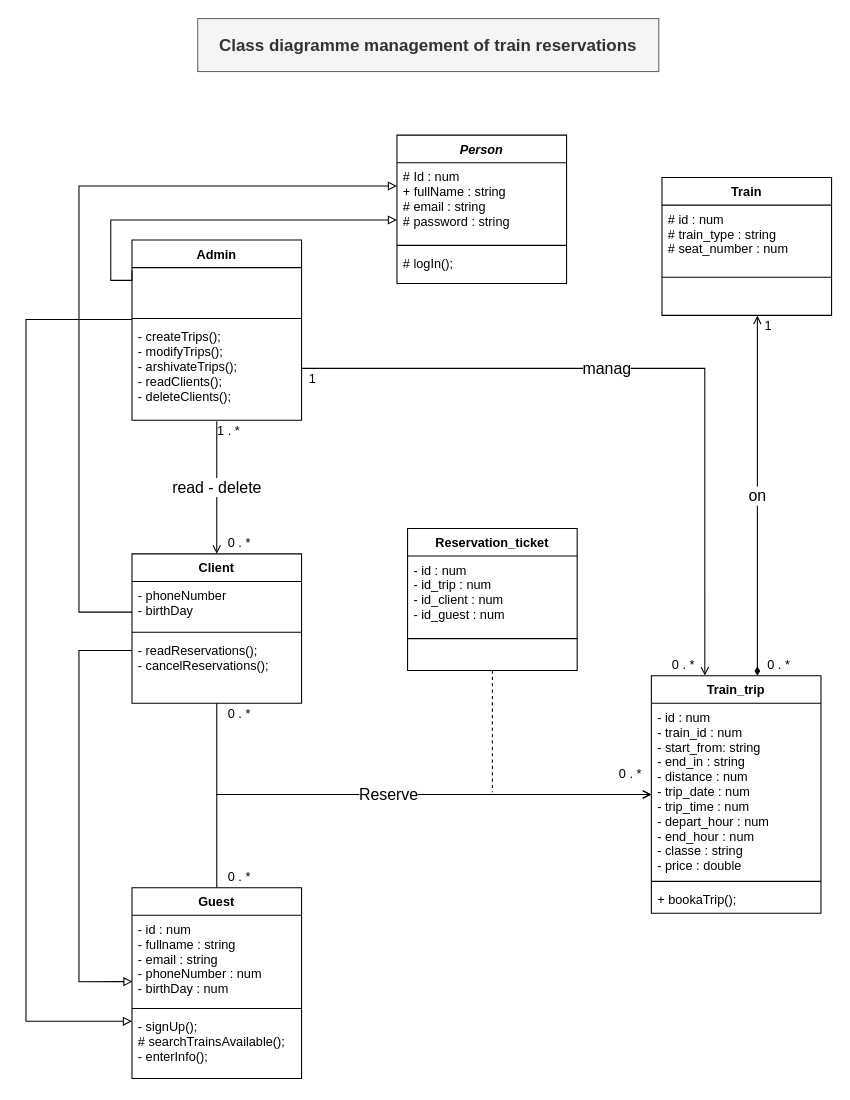
daalimouhcine/save_train keeps this draw.io diagram as UML/diagram-class.drawio. Above is the earlier version. Source tidied: cells renumbered, new cells numbered last; positions are measured from the earlier drawing's top-left corner, leaving out a move shared by most shapes. Both pictures are drawn from the tidied source at 106%, with x=0, y=0 at pixel (25, 18).
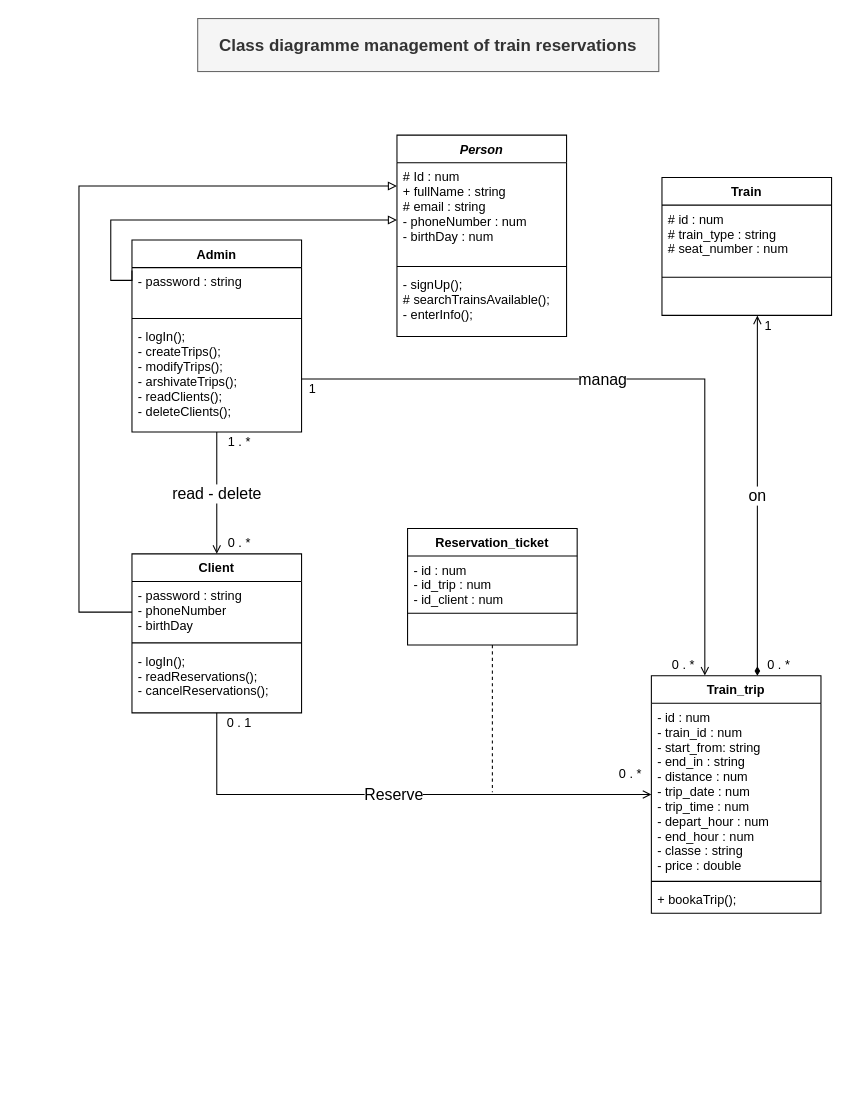
The same diagram, later.

Commit message (it also covers changes not shown here):
modify class diagramme

Unchanged cells that the change refers to:
```xml
<mxCell id="47" value="0 . *" style="text;html=1;align=center;verticalAlign=middle;points=[];strokeColor=none;fillColor=none;" parent="1" vertex="1">
  <mxGeometry x="600" y="600" width="40" height="20" as="geometry" />
</mxCell>
```

What changed in the source:
```diff
@@
     <mxCell id="2" value="Person" style="swimlane;fontStyle=3;align=center;verticalAlign=top;horizontal=1;startSize=26;rounded=0;shadow=0;strokeWidth=1;" parent="1" vertex="1">
-      <mxGeometry x="350" y="110" width="160" height="140" as="geometry" />
+      <mxGeometry x="350" y="110" width="160" height="190" as="geometry" />
     </mxCell>
-    <mxCell id="3" value="# Id : num&#10;+ fullName : string&#10;# email : string&#10;# password : string" style="text;align=left;verticalAlign=top;spacingLeft=4;spacingRight=4;overflow=hidden;rounded=0;shadow=0;html=0;" parent="2" vertex="1">
-      <mxGeometry y="26" width="160" height="74" as="geometry" />
+    <mxCell id="3" value="# Id : num&#10;+ fullName : string&#10;# email : string&#10;- phoneNumber : num&#10;- birthDay : num&#10;" style="text;align=left;verticalAlign=top;spacingLeft=4;spacingRight=4;overflow=hidden;rounded=0;shadow=0;html=0;" parent="2" vertex="1">
+      <mxGeometry y="26" width="160" height="94" as="geometry" />
     </mxCell>
     <mxCell id="4" style="line;html=1;strokeWidth=1;align=left;verticalAlign=middle;spacingTop=-1;spacingLeft=3;spacingRight=3;labelPosition=right;" parent="2" vertex="1">
-      <mxGeometry y="100" width="160" height="8" as="geometry" />
+      <mxGeometry y="120" width="160" height="8" as="geometry" />
     </mxCell>
-    <mxCell id="5" value="# logIn();" style="text;align=left;verticalAlign=top;spacingLeft=4;spacingRight=4;overflow=hidden;rounded=0;shadow=0;html=0;" parent="2" vertex="1">
-      <mxGeometry y="108" width="160" height="32" as="geometry" />
-    </mxCell>
-    <mxCell id="6" style="edgeStyle=orthogonalEdgeStyle;rounded=0;jettySize=auto;html=1;entryX=0.003;entryY=0.745;entryDx=0;entryDy=0;entryPerimeter=0;endArrow=block;endFill=0;exitX=-0.001;exitY=0.212;exitDx=0;exitDy=0;exitPerimeter=0;" parent="1" edge="1" source="10" target="24">
-      <mxGeometry relative="1" as="geometry">
-        <Array as="points">
-          <mxPoint x="50" y="596" />
-          <mxPoint x="50" y="909" />
-        </Array>
-      </mxGeometry>
-    </mxCell>
+    <mxCell id="26" value="- signUp();&#10;# searchTrainsAvailable();&#10;- enterInfo();" style="text;align=left;verticalAlign=top;spacingLeft=4;spacingRight=4;overflow=hidden;" parent="2" vertex="1">
+      <mxGeometry y="128" width="160" height="62" as="geometry" />
+    </mxCell>
     <mxCell id="7" value="Client" style="swimlane;fontStyle=1;align=center;verticalAlign=top;horizontal=1;startSize=26;rounded=0;shadow=0;strokeWidth=1;" parent="1" vertex="1">
-      <mxGeometry x="100" y="505" width="160" height="141" as="geometry" />
+      <mxGeometry x="100" y="505" width="160" height="150" as="geometry" />
     </mxCell>
-    <mxCell id="8" value="- phoneNumber&#10;- birthDay" style="text;align=left;verticalAlign=top;spacingLeft=4;spacingRight=4;overflow=hidden;points=[[0,0.5],[1,0.5]];portConstraint=eastwest;rounded=0;shadow=0;html=0;" parent="7" vertex="1">
-      <mxGeometry y="26" width="160" height="44" as="geometry" />
+    <mxCell id="8" value="- password : string&#10;- phoneNumber&#10;- birthDay" style="text;align=left;verticalAlign=top;spacingLeft=4;spacingRight=4;overflow=hidden;points=[[0,0.5],[1,0.5]];portConstraint=eastwest;rounded=0;shadow=0;html=0;" parent="7" vertex="1">
+      <mxGeometry y="26" width="160" height="54" as="geometry" />
     </mxCell>
     <mxCell id="9" style="line;html=1;strokeWidth=1;align=left;verticalAlign=middle;spacingTop=-1;spacingLeft=3;spacingRight=3;labelPosition=right;" parent="7" vertex="1">
-      <mxGeometry y="70" width="160" height="8" as="geometry" />
+      <mxGeometry y="80" width="160" height="8" as="geometry" />
     </mxCell>
-    <mxCell id="10" value="- readReservations();&#10;- cancelReservations();&#10;" style="text;align=left;verticalAlign=top;spacingLeft=4;spacingRight=4;overflow=hidden;points=[[0,0.5],[1,0.5]];portConstraint=eastwest;" parent="7" vertex="1">
-      <mxGeometry y="78" width="160" height="62" as="geometry" />
+    <mxCell id="10" value="- logIn();&#10;- readReservations();&#10;- cancelReservations();&#10;" style="text;align=left;verticalAlign=top;spacingLeft=4;spacingRight=4;overflow=hidden;points=[[0,0.5],[1,0.5]];portConstraint=eastwest;" parent="7" vertex="1">
+      <mxGeometry y="88" width="160" height="62" as="geometry" />
     </mxCell>
@@
-    <mxCell id="16" style="edgeStyle=orthogonalEdgeStyle;rounded=0;orthogonalLoop=1;jettySize=auto;html=1;endArrow=block;endFill=0;" parent="1" edge="1">
-      <mxGeometry relative="1" as="geometry">
-        <mxPoint x="100" y="284" as="sourcePoint" />
-        <mxPoint x="100" y="946" as="targetPoint" />
-        <Array as="points">
-          <mxPoint y="284" />
-          <mxPoint y="946" />
-        </Array>
-      </mxGeometry>
-    </mxCell>
     <mxCell id="17" value="&lt;font style=&quot;font-size: 15px&quot;&gt;manag&lt;/font&gt;" style="edgeStyle=orthogonalEdgeStyle;rounded=0;jettySize=auto;html=1;entryX=1.011;entryY=0.991;entryDx=0;entryDy=0;endArrow=open;endFill=0;entryPerimeter=0;" parent="1" edge="1" source="18" target="47">
       <mxGeometry x="-0.14" relative="1" as="geometry">
         <Array as="points">
-          <mxPoint x="640" y="330" />
-          <mxPoint x="640" y="620" />
+          <mxPoint x="640" y="340" />
         </Array>
       </mxGeometry>
     </mxCell>
     <mxCell id="18" value="Admin" style="swimlane;fontStyle=1;align=center;verticalAlign=top;horizontal=1;startSize=26;rounded=0;shadow=0;strokeWidth=1;" parent="1" vertex="1">
-      <mxGeometry x="100" y="209" width="160" height="170" as="geometry" />
+      <mxGeometry x="100" y="209" width="160" height="181" as="geometry" />
     </mxCell>
-    <mxCell id="19" value="    " style="text;align=left;verticalAlign=top;spacingLeft=4;spacingRight=4;overflow=hidden;points=[[0,0.5],[1,0.5]];portConstraint=eastwest;" parent="18" vertex="1">
+    <mxCell id="19" value="- password : string" style="text;align=left;verticalAlign=top;spacingLeft=4;spacingRight=4;overflow=hidden;points=[[0,0.5],[1,0.5]];portConstraint=eastwest;" parent="18" vertex="1">
       <mxGeometry y="26" width="160" height="44" as="geometry" />
     </mxCell>
@@
-    <mxCell id="21" value="- createTrips();&#10;- modifyTrips();&#10;- arshivateTrips();&#10;- readClients();&#10;- deleteClients();" style="text;align=left;verticalAlign=top;spacingLeft=4;spacingRight=4;overflow=hidden;points=[[0,0.5],[1,0.5]];portConstraint=eastwest;fontStyle=0;" parent="18" vertex="1">
+    <mxCell id="21" value="- logIn();&#10;- createTrips();&#10;- modifyTrips();&#10;- arshivateTrips();&#10;- readClients();&#10;- deleteClients();" style="text;align=left;verticalAlign=top;spacingLeft=4;spacingRight=4;overflow=hidden;points=[[0,0.5],[1,0.5]];portConstraint=eastwest;fontStyle=0;" parent="18" vertex="1">
       <mxGeometry y="78" width="160" height="92" as="geometry" />
     </mxCell>
-    <mxCell id="22" style="edgeStyle=orthogonalEdgeStyle;rounded=0;jettySize=auto;html=1;endArrow=open;endFill=0;" parent="1" edge="1" source="23">
-      <mxGeometry relative="1" as="geometry">
-        <mxPoint x="590" y="732" as="targetPoint" />
-        <Array as="points">
-          <mxPoint x="180" y="732" />
-          <mxPoint x="585" y="732" />
-        </Array>
-      </mxGeometry>
-    </mxCell>
-    <mxCell id="23" value="Guest" style="swimlane;fontStyle=1;align=center;verticalAlign=top;horizontal=1;startSize=26;rounded=0;shadow=0;strokeWidth=1;" parent="1" vertex="1">
-      <mxGeometry x="100" y="820" width="160" height="180" as="geometry" />
-    </mxCell>
-    <mxCell id="24" value="- id : num&#10;- fullname : string&#10;- email : string&#10;- phoneNumber : num&#10;- birthDay : num" style="text;align=left;verticalAlign=top;spacingLeft=4;spacingRight=4;overflow=hidden;points=[[0,0.5],[1,0.5]];portConstraint=eastwest;rounded=0;shadow=0;html=0;" parent="23" vertex="1">
-      <mxGeometry y="26" width="160" height="84" as="geometry" />
-    </mxCell>
-    <mxCell id="25" style="line;html=1;strokeWidth=1;align=left;verticalAlign=middle;spacingTop=-1;spacingLeft=3;spacingRight=3;labelPosition=right;" parent="23" vertex="1">
-      <mxGeometry y="110" width="160" height="8" as="geometry" />
-    </mxCell>
-    <mxCell id="26" value="- signUp();&#10;# searchTrainsAvailable();&#10;- enterInfo();" style="text;align=left;verticalAlign=top;spacingLeft=4;spacingRight=4;overflow=hidden;" parent="23" vertex="1">
-      <mxGeometry y="118" width="160" height="62" as="geometry" />
-    </mxCell>
@@
     <mxCell id="29" value="1" style="text;html=1;align=center;verticalAlign=middle;strokeColor=none;fillColor=none;" parent="1" vertex="1">
-      <mxGeometry x="260" y="330" width="20" height="20" as="geometry" />
+      <mxGeometry x="260" y="340" width="20" height="20" as="geometry" />
     </mxCell>
-    <mxCell id="30" value="&lt;font style=&quot;font-size: 15px&quot;&gt;read - delete&lt;/font&gt;" style="edgeStyle=orthogonalEdgeStyle;rounded=0;jettySize=auto;html=1;endArrow=open;endFill=0;exitX=0.5;exitY=1.011;exitDx=0;exitDy=0;exitPerimeter=0;" parent="1" edge="1" source="21" target="7">
+    <mxCell id="30" value="&lt;font style=&quot;font-size: 15px&quot;&gt;read - delete&lt;/font&gt;" style="edgeStyle=orthogonalEdgeStyle;rounded=0;jettySize=auto;html=1;endArrow=open;endFill=0;exitX=0.5;exitY=1;exitDx=0;exitDy=0;" parent="1" edge="1" source="18" target="7">
       <mxGeometry relative="1" as="geometry" />
     </mxCell>
@@
     <mxCell id="32" value="1 . *" style="text;html=1;align=center;verticalAlign=middle;strokeColor=none;fillColor=none;" parent="1" vertex="1">
-      <mxGeometry x="171" y="379" width="40" height="20" as="geometry" />
+      <mxGeometry x="181" y="390" width="40" height="20" as="geometry" />
     </mxCell>
@@
     <mxCell id="34" value="Reservation_ticket" style="swimlane;fontStyle=1;align=center;verticalAlign=top;horizontal=1;startSize=26;" parent="1" vertex="1">
-      <mxGeometry x="360" y="481" width="160" height="134" as="geometry" />
+      <mxGeometry x="360" y="481" width="160" height="110" as="geometry" />
     </mxCell>
-    <mxCell id="35" value="- id : num&#10;- id_trip : num&#10;- id_client : num&#10;- id_guest : num&#10;" style="text;strokeColor=none;fillColor=none;align=left;verticalAlign=top;spacingLeft=4;spacingRight=4;overflow=hidden;" parent="34" vertex="1">
-      <mxGeometry y="26" width="160" height="74" as="geometry" />
+    <mxCell id="35" value="- id : num&#10;- id_trip : num&#10;- id_client : num&#10;" style="text;strokeColor=none;fillColor=none;align=left;verticalAlign=top;spacingLeft=4;spacingRight=4;overflow=hidden;" parent="34" vertex="1">
+      <mxGeometry y="26" width="160" height="50" as="geometry" />
     </mxCell>
     <mxCell id="36" style="line;strokeWidth=1;fillColor=none;align=left;verticalAlign=middle;spacingTop=-1;spacingLeft=3;spacingRight=3;labelPosition=right;" parent="34" vertex="1">
-      <mxGeometry y="100" width="160" height="8" as="geometry" />
+      <mxGeometry y="76" width="160" height="8" as="geometry" />
     </mxCell>
     <mxCell id="37" value="  " style="text;strokeColor=none;fillColor=none;align=left;verticalAlign=top;spacingLeft=4;spacingRight=4;overflow=hidden;" parent="34" vertex="1">
-      <mxGeometry y="108" width="160" height="26" as="geometry" />
+      <mxGeometry y="84" width="160" height="26" as="geometry" />
     </mxCell>
@@
-    <mxCell id="42" value="0 . *" style="text;html=1;align=center;verticalAlign=middle;strokeColor=none;fillColor=none;" parent="1" vertex="1">
-      <mxGeometry x="181" y="646" width="40" height="20" as="geometry" />
+    <mxCell id="42" value="0 . 1" style="text;html=1;align=center;verticalAlign=middle;strokeColor=none;fillColor=none;" parent="1" vertex="1">
+      <mxGeometry x="181" y="655" width="40" height="20" as="geometry" />
     </mxCell>
-    <mxCell id="43" value="0 . *" style="text;html=1;align=center;verticalAlign=middle;strokeColor=none;fillColor=none;" parent="1" vertex="1">
-      <mxGeometry x="181" y="800" width="40" height="20" as="geometry" />
-    </mxCell>
```
